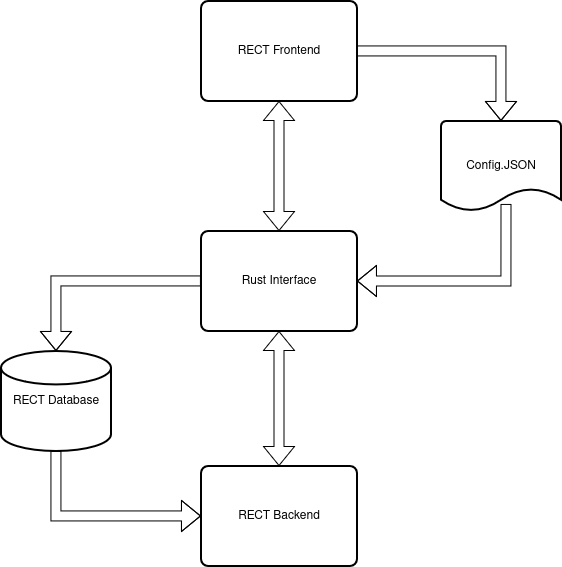
Earlier version of the draw.io export img/RustInterface.png (F-WuTS/RECT-Diploma-Thesis). Source tidied: cells renumbered, new cells last; positions are measured from the earlier drawing's top-left corner, leaving out a move shared by most shapes.
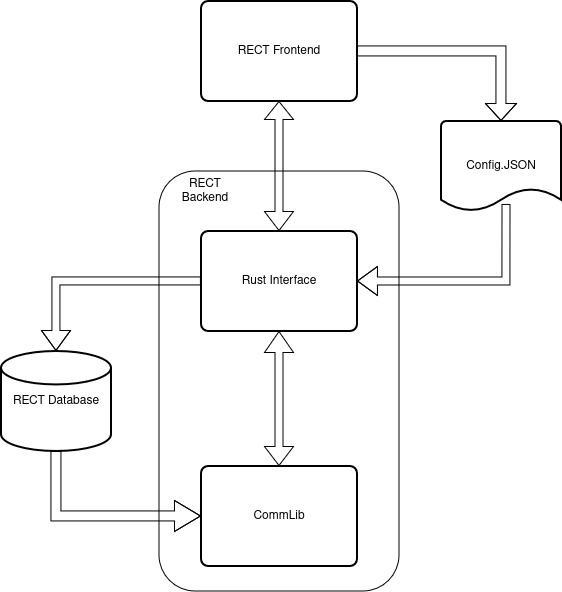
After the change.

Commit message:
updatet RustInterface figure

Change to the diagram source:
```diff
@@ -2,32 +2,35 @@
   <root>
     <mxCell id="0" />
     <mxCell id="1" parent="0" />
+    <mxCell id="13" style="rounded=1;whiteSpace=wrap;html=1;" parent="1" vertex="1">
+      <mxGeometry x="158" y="170" width="240" height="420" as="geometry" />
+    </mxCell>
     <mxCell id="2" value="RECT Database" style="strokeWidth=2;html=1;shape=mxgraph.flowchart.database;whiteSpace=wrap;" parent="1" vertex="1">
       <mxGeometry y="350" width="110" height="100" as="geometry" />
     </mxCell>
     <mxCell id="3" value="RECT Frontend" style="rounded=1;whiteSpace=wrap;html=1;absoluteArcSize=1;arcSize=14;strokeWidth=2;" parent="1" vertex="1">
       <mxGeometry x="200" width="156" height="100" as="geometry" />
     </mxCell>
-    <mxCell id="4" value="RECT Backend" style="rounded=1;whiteSpace=wrap;html=1;absoluteArcSize=1;arcSize=14;strokeWidth=2;" parent="1" vertex="1">
+    <mxCell id="4" value="CommLib" style="rounded=1;whiteSpace=wrap;html=1;absoluteArcSize=1;arcSize=14;strokeWidth=2;" parent="1" vertex="1">
       <mxGeometry x="200" y="465" width="156" height="100" as="geometry" />
     </mxCell>
     <mxCell id="5" value="Rust Interface" style="rounded=1;whiteSpace=wrap;html=1;absoluteArcSize=1;arcSize=14;strokeWidth=2;" parent="1" vertex="1">
       <mxGeometry x="200" y="230" width="156" height="100" as="geometry" />
     </mxCell>
-    <mxCell id="6" style="shape=flexArrow;endArrow=classic;startArrow=classic;html=1;rounded=0;entryX=0.5;entryY=1;entryDx=0;entryDy=0;exitX=0.5;exitY=0;exitDx=0;exitDy=0;" parent="1" edge="1" source="5" target="3">
+    <mxCell id="6" style="shape=flexArrow;endArrow=classic;startArrow=classic;html=1;rounded=0;entryX=0.5;entryY=1;entryDx=0;entryDy=0;exitX=0.5;exitY=0;exitDx=0;exitDy=0;width=8;endSize=5.67;" parent="1" edge="1" source="5" target="3">
       <mxGeometry relative="1" as="geometry" />
     </mxCell>
-    <mxCell id="7" style="shape=flexArrow;endArrow=classic;startArrow=classic;html=1;rounded=0;exitX=0.5;exitY=0;exitDx=0;exitDy=0;entryX=0.5;entryY=1;entryDx=0;entryDy=0;" parent="1" edge="1" source="4" target="5">
+    <mxCell id="7" style="shape=flexArrow;endArrow=classic;startArrow=classic;html=1;rounded=0;exitX=0.5;exitY=0;exitDx=0;exitDy=0;entryX=0.5;entryY=1;entryDx=0;entryDy=0;width=8;endSize=6.67;" parent="1" edge="1" source="4" target="5">
       <mxGeometry relative="1" as="geometry" />
     </mxCell>
-    <mxCell id="8" style="shape=flexArrow;endArrow=classic;html=1;rounded=0;exitX=0;exitY=0.5;exitDx=0;exitDy=0;entryX=0.5;entryY=0;entryDx=0;entryDy=0;entryPerimeter=0;" parent="1" edge="1" source="5" target="2">
+    <mxCell id="8" style="shape=flexArrow;endArrow=classic;html=1;rounded=0;exitX=0;exitY=0.5;exitDx=0;exitDy=0;entryX=0.5;entryY=0;entryDx=0;entryDy=0;entryPerimeter=0;width=8;endSize=6.33;" parent="1" edge="1" source="5" target="2">
       <mxGeometry relative="1" as="geometry">
         <Array as="points">
           <mxPoint x="55" y="280" />
         </Array>
       </mxGeometry>
     </mxCell>
-    <mxCell id="9" style="shape=flexArrow;endArrow=classic;html=1;rounded=0;entryX=0;entryY=0.5;entryDx=0;entryDy=0;exitX=0.5;exitY=1;exitDx=0;exitDy=0;exitPerimeter=0;" parent="1" edge="1" source="2" target="4">
+    <mxCell id="9" style="shape=flexArrow;endArrow=classic;html=1;rounded=0;entryX=0;entryY=0.5;entryDx=0;entryDy=0;exitX=0.5;exitY=1;exitDx=0;exitDy=0;exitPerimeter=0;width=10;endSize=8.33;" parent="1" edge="1" source="2" target="4">
       <mxGeometry relative="1" as="geometry">
         <Array as="points">
           <mxPoint x="55" y="515" />
@@ -37,19 +40,22 @@
     <mxCell id="10" value="&lt;div&gt;Config.JSON&lt;/div&gt;" style="strokeWidth=2;html=1;shape=mxgraph.flowchart.document2;whiteSpace=wrap;size=0.25;" parent="1" vertex="1">
       <mxGeometry x="440" y="120" width="120" height="90" as="geometry" />
     </mxCell>
-    <mxCell id="11" style="shape=flexArrow;endArrow=classic;html=1;rounded=0;exitX=1;exitY=0.5;exitDx=0;exitDy=0;entryX=0.5;entryY=0;entryDx=0;entryDy=0;entryPerimeter=0;" parent="1" edge="1" source="3" target="10">
+    <mxCell id="11" style="shape=flexArrow;endArrow=classic;html=1;rounded=0;exitX=1;exitY=0.5;exitDx=0;exitDy=0;entryX=0.5;entryY=0;entryDx=0;entryDy=0;entryPerimeter=0;width=10;endSize=5.33;" parent="1" edge="1" source="3" target="10">
       <mxGeometry relative="1" as="geometry">
         <Array as="points">
           <mxPoint x="500" y="50" />
         </Array>
       </mxGeometry>
     </mxCell>
-    <mxCell id="12" style="shape=flexArrow;endArrow=classic;html=1;rounded=0;exitX=0.542;exitY=0.922;exitDx=0;exitDy=0;exitPerimeter=0;entryX=1;entryY=0.5;entryDx=0;entryDy=0;" parent="1" edge="1" source="10" target="5">
+    <mxCell id="12" style="shape=flexArrow;endArrow=classic;html=1;rounded=0;exitX=0.542;exitY=0.922;exitDx=0;exitDy=0;exitPerimeter=0;entryX=1;entryY=0.5;entryDx=0;entryDy=0;width=8;endSize=6.33;" parent="1" edge="1" source="10" target="5">
       <mxGeometry relative="1" as="geometry">
         <Array as="points">
           <mxPoint x="505" y="280" />
         </Array>
       </mxGeometry>
     </mxCell>
+    <mxCell id="14" value="RECT Backend" style="text;html=1;align=center;verticalAlign=middle;whiteSpace=wrap;rounded=0;" parent="1" vertex="1">
+      <mxGeometry x="174" y="175" width="60" height="30" as="geometry" />
+    </mxCell>
   </root>
 </mxGraphModel>
```
